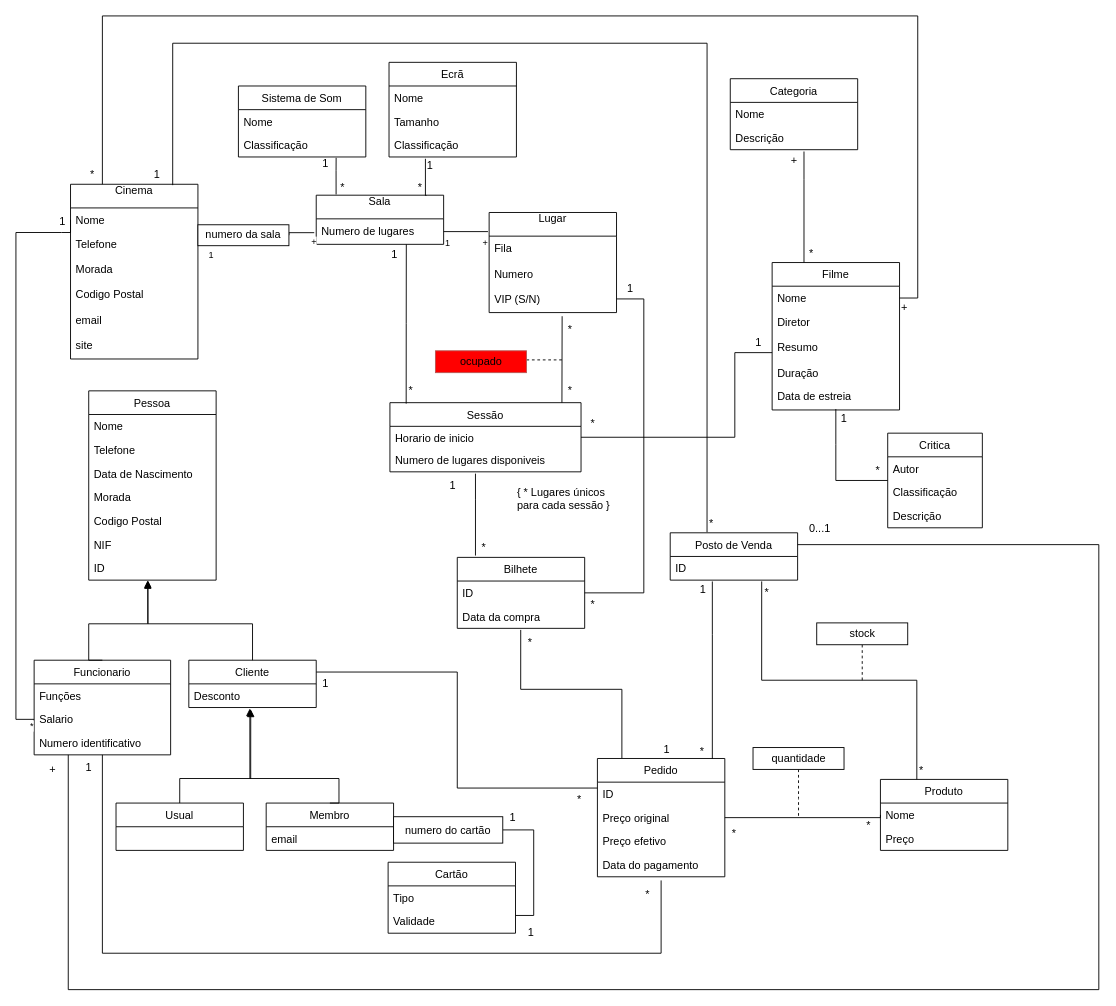
The draw.io diagram UML.drawio in GambuzX/Movie-Theater-DB, before the edit. Source tidied: cells renumbered, new cells numbered last; positions are measured from the earlier drawing's top-left corner, leaving out a move shared by most shapes. Both pictures are drawn from the tidied source at 91%, with x=0, y=0 at pixel (15, 15).
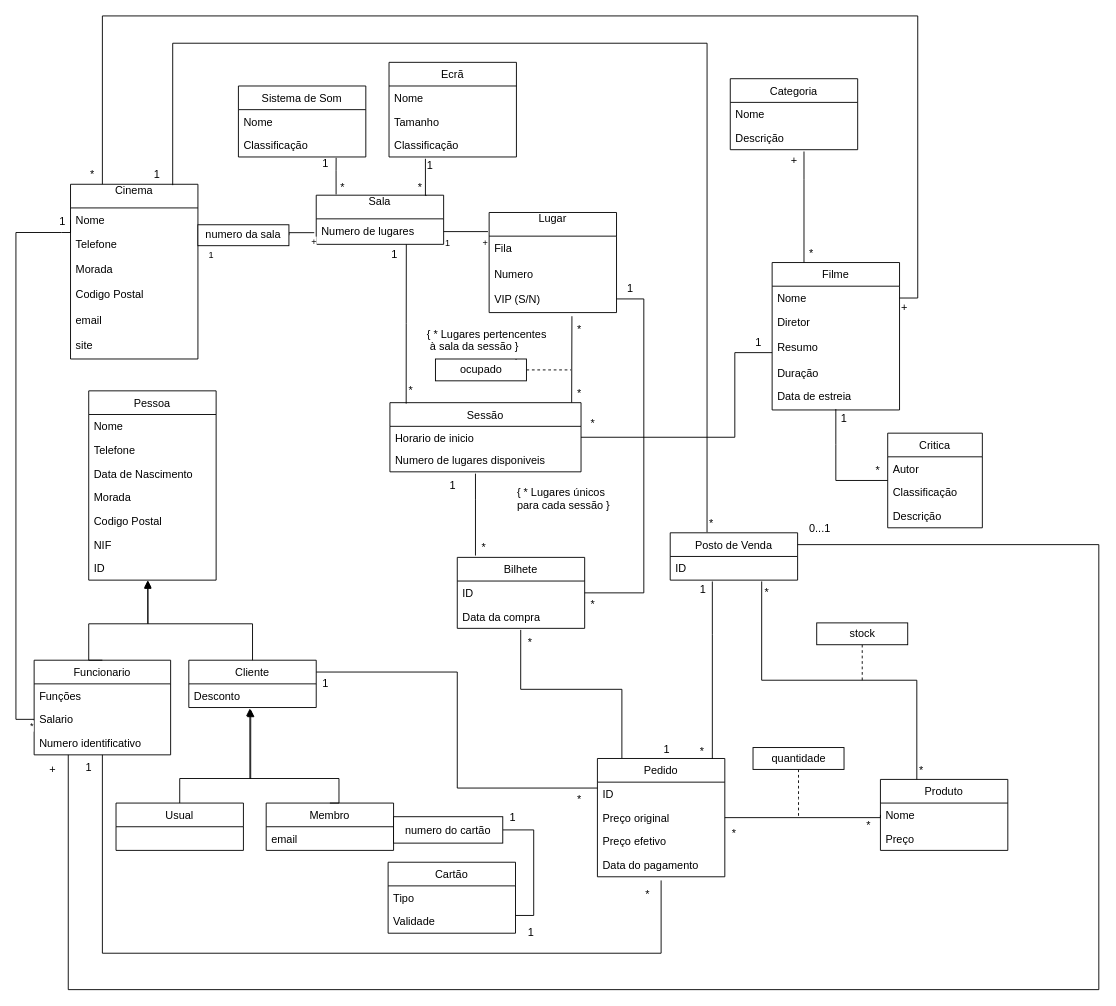
After the change.

Commit message:
Session <-> Seat relation

The change refers to these unchanged cells:
```xml
<mxCell id="21" value="VIP (S/N)" style="text;strokeColor=none;fillColor=none;align=left;verticalAlign=top;spacingLeft=4;spacingRight=4;overflow=hidden;points=[[0,0.5],[1,0.5]];portConstraint=eastwest;" parent="18" vertex="1">
  <mxGeometry y="82" width="140" height="28" as="geometry" />
</mxCell>
<mxCell id="66" value="Sessão" style="swimlane;fontStyle=0;horizontal=1;startSize=26;fillColor=none;" parent="1" vertex="1">
  <mxGeometry x="411" y="425" width="210" height="76" as="geometry" />
</mxCell>
```

The edit, as a diff of the source:
```diff
@@
-    <mxCell id="145" style="endArrow=none;html=1;exitX=0.9;exitY=0.001;exitDx=0;exitDy=0;exitPerimeter=0;entryX=0.573;entryY=1.143;entryDx=0;entryDy=0;entryPerimeter=0;" parent="1" edge="1" source="66" target="21">
-      <mxGeometry relative="1" as="geometry" />
+    <mxCell id="145" style="endArrow=none;html=1;exitX=0.951;exitY=-0.001;exitDx=0;exitDy=0;exitPerimeter=0;" parent="1" edge="1" source="66">
+      <mxGeometry relative="1" as="geometry">
+        <mxPoint x="611" y="330" as="targetPoint" />
+      </mxGeometry>
     </mxCell>
-    <mxCell id="146" style="edgeStyle=orthogonalEdgeStyle;rounded=0;jettySize=auto;html=1;endArrow=none;endFill=0;dashed=1;" parent="1" edge="1" source="147">
+    <mxCell id="146" style="edgeStyle=orthogonalEdgeStyle;rounded=0;jettySize=auto;html=1;endArrow=none;endFill=0;dashed=1;exitX=1;exitY=0.5;exitDx=0;exitDy=0;" parent="1" edge="1" source="147">
       <mxGeometry relative="1" as="geometry">
-        <mxPoint x="600" y="378" as="targetPoint" />
+        <mxPoint x="610" y="389" as="targetPoint" />
         <Array as="points">
-          <mxPoint x="530.5" y="378" />
-          <mxPoint x="530.5" y="378" />
+          <mxPoint x="586" y="389" />
         </Array>
       </mxGeometry>
     </mxCell>
-    <mxCell id="147" value="ocupado" style="html=1;fillColor=#FF0000;strokeColor=#b85450;" parent="1" vertex="1">
-      <mxGeometry x="461" y="368" width="100" height="24" as="geometry" />
+    <mxCell id="147" value="ocupado" style="html=1;" parent="1" vertex="1">
+      <mxGeometry x="461" y="377" width="100" height="24" as="geometry" />
     </mxCell>
@@
     <mxCell id="149" value="*&lt;br&gt;" style="text;html=1;align=left;verticalAlign=top;spacingTop=-4;" parent="1" vertex="1">
-      <mxGeometry x="605" y="335" width="20" height="20" as="geometry" />
+      <mxGeometry x="615" y="335" width="20" height="20" as="geometry" />
     </mxCell>
     <mxCell id="150" value="*&lt;br&gt;" style="text;html=1;align=left;verticalAlign=top;spacingTop=-4;" parent="1" vertex="1">
-      <mxGeometry x="605" y="402" width="20" height="20" as="geometry" />
+      <mxGeometry x="615" y="405" width="20" height="20" as="geometry" />
     </mxCell>
+    <mxCell id="151" value="{ * Lugares pertencentes&lt;br&gt;&amp;nbsp;à sala da sessão&amp;nbsp;}" style="text;html=1;align=left;verticalAlign=top;spacingTop=-4;" parent="1" vertex="1">
+      <mxGeometry x="450" y="340" width="150" height="30" as="geometry" />
+    </mxCell>
```
